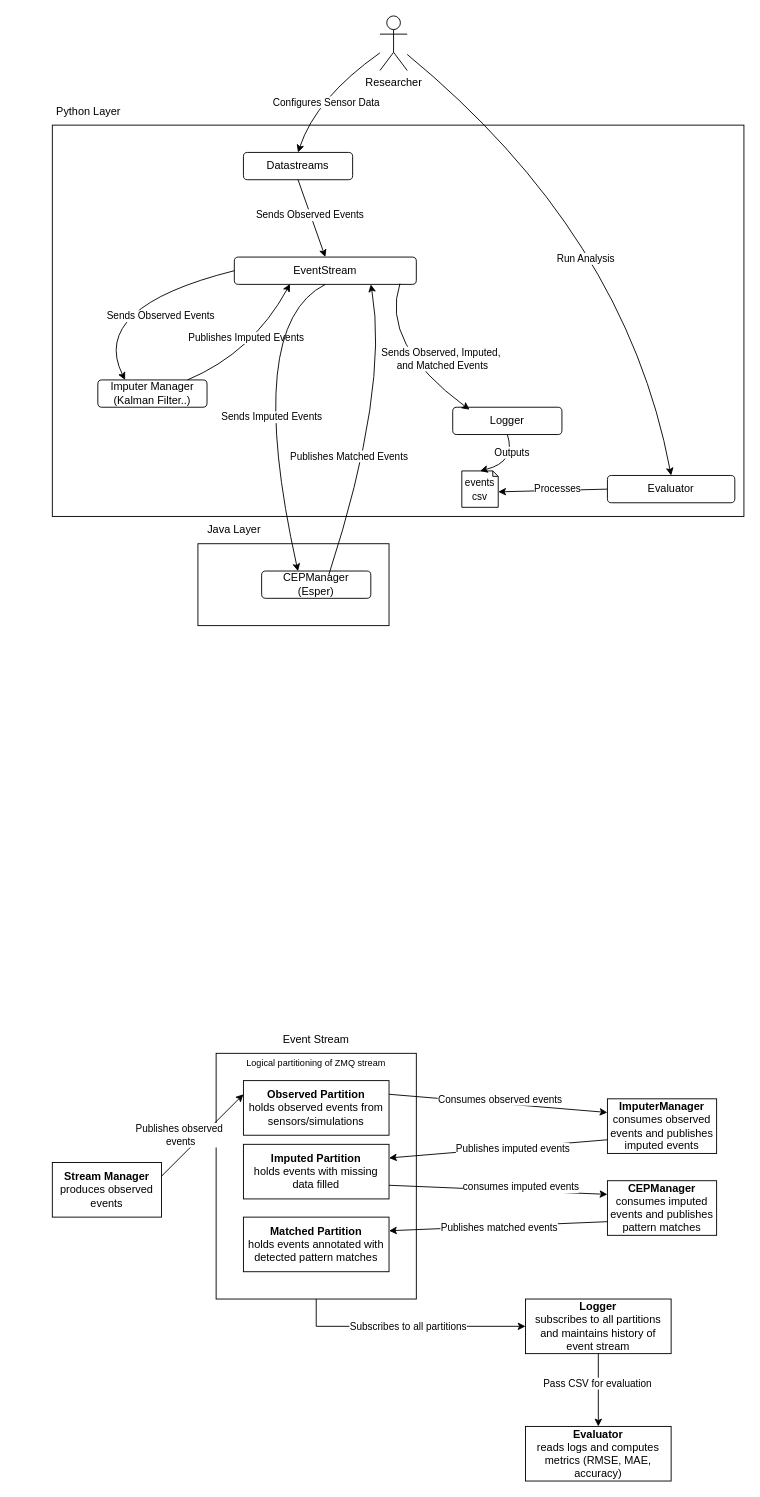
Before: docs/architecture diagrams/Architectural Diagrams.drawio in faith176/sots_kalman_filters, a draw.io diagram. Source tidied: cells renumbered, new cells numbered last; positions are measured from the earlier drawing's top-left corner, leaving out a move shared by most shapes. Both pictures are drawn from the tidied source at 91%, with x=0, y=0 at pixel (52, 15).
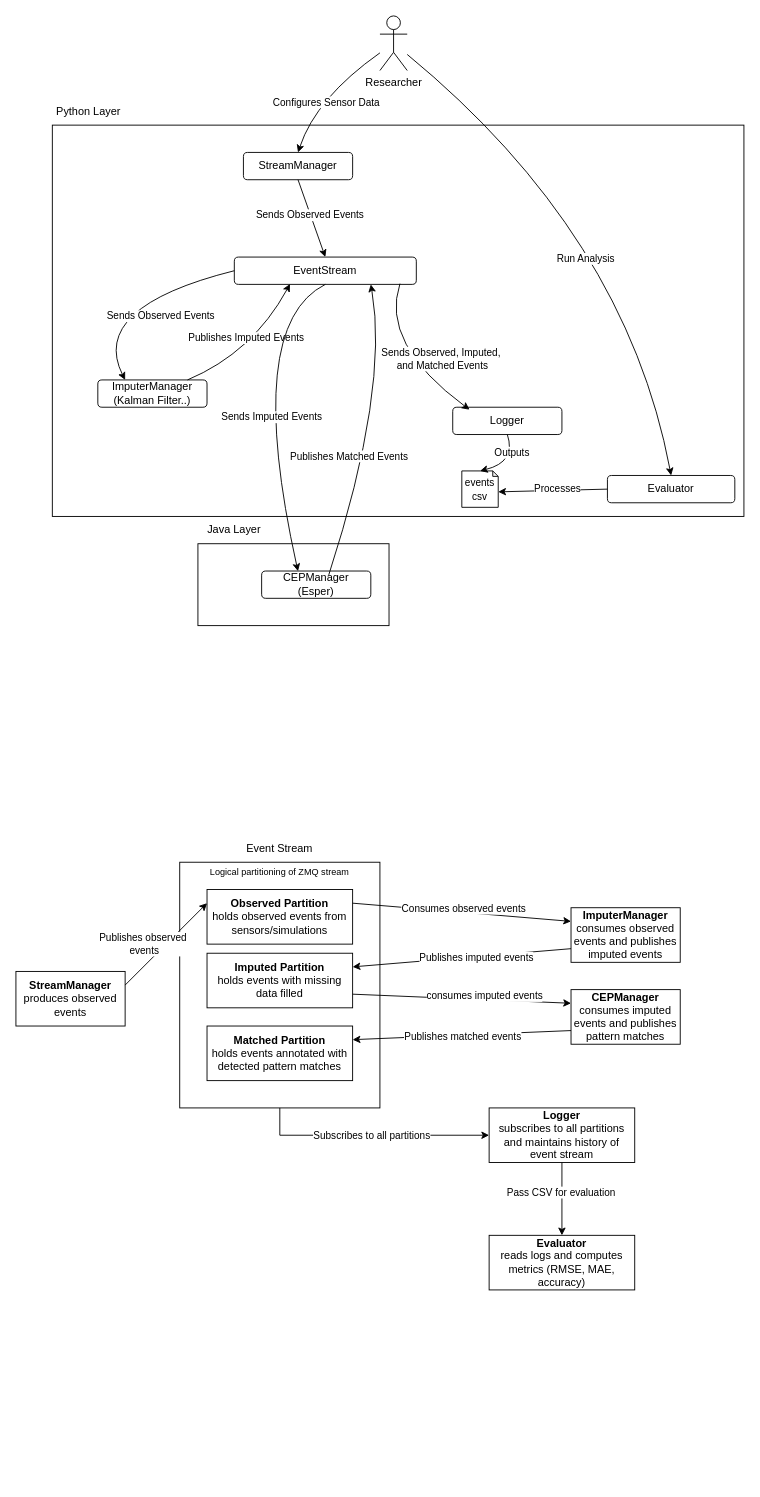
Above is the later version.

What changed in the source:
```diff
@@
     <mxCell id="2" style="rounded=0;whiteSpace=wrap;html=1;fillColor=none;align=left;" parent="1" vertex="1">
-      <mxGeometry x="180" y="1140" width="220" height="270" as="geometry" />
+      <mxGeometry x="140" y="930" width="220" height="270" as="geometry" />
     </mxCell>
@@
-    <mxCell id="9" value="Datastreams" style="rounded=1;whiteSpace=wrap;html=1;" parent="1" vertex="1">
+    <mxCell id="9" value="StreamManager" style="rounded=1;whiteSpace=wrap;html=1;" parent="1" vertex="1">
       <mxGeometry x="210" y="150" width="120" height="30" as="geometry" />
     </mxCell>
-    <mxCell id="10" value="Imputer Manager (Kalman Filter..)" style="rounded=1;whiteSpace=wrap;html=1;" parent="1" vertex="1">
+    <mxCell id="10" value="ImputerManager (Kalman Filter..)" style="rounded=1;whiteSpace=wrap;html=1;" parent="1" vertex="1">
       <mxGeometry x="50" y="400" width="120" height="30" as="geometry" />
     </mxCell>
@@
-    <mxCell id="35" value="&lt;b&gt;Stream Manager&lt;/b&gt;&lt;div&gt;&lt;div&gt;produces observed events&lt;/div&gt;&lt;/div&gt;" style="rounded=0;whiteSpace=wrap;html=1;" parent="1" vertex="1">
-      <mxGeometry y="1260" width="120" height="60" as="geometry" />
+    <mxCell id="35" value="&lt;b&gt;StreamManager&lt;/b&gt;&lt;div&gt;&lt;div&gt;produces observed events&lt;/div&gt;&lt;/div&gt;" style="rounded=0;whiteSpace=wrap;html=1;" parent="1" vertex="1">
+      <mxGeometry x="-40" y="1050" width="120" height="60" as="geometry" />
     </mxCell>
     <mxCell id="36" value="&lt;b&gt;Observed Partition&lt;/b&gt;&lt;div&gt;holds observed events from sensors/simulations&lt;/div&gt;" style="rounded=0;whiteSpace=wrap;html=1;" parent="1" vertex="1">
-      <mxGeometry x="210" y="1170" width="160" height="60" as="geometry" />
+      <mxGeometry x="170" y="960" width="160" height="60" as="geometry" />
     </mxCell>
     <mxCell id="37" value="&lt;b&gt;Imputed Partition&lt;/b&gt;&lt;div&gt;holds events with missing data filled&lt;/div&gt;" style="rounded=0;whiteSpace=wrap;html=1;" parent="1" vertex="1">
-      <mxGeometry x="210" y="1240" width="160" height="60" as="geometry" />
+      <mxGeometry x="170" y="1030" width="160" height="60" as="geometry" />
     </mxCell>
     <mxCell id="38" value="&lt;b&gt;Matched Partition&lt;/b&gt;&lt;div&gt;holds events annotated with detected pattern matches&lt;/div&gt;" style="rounded=0;whiteSpace=wrap;html=1;" parent="1" vertex="1">
-      <mxGeometry x="210" y="1320" width="160" height="60" as="geometry" />
+      <mxGeometry x="170" y="1110" width="160" height="60" as="geometry" />
     </mxCell>
     <mxCell id="39" value="Event Stream" style="text;html=1;align=center;verticalAlign=middle;whiteSpace=wrap;rounded=0;" parent="1" vertex="1">
-      <mxGeometry x="240" y="1110" width="100" height="30" as="geometry" />
+      <mxGeometry x="200" y="900" width="100" height="30" as="geometry" />
     </mxCell>
     <mxCell id="40" value="&lt;b&gt;ImputerManager&lt;/b&gt;&lt;div&gt;consumes observed events and publishes imputed events&lt;/div&gt;" style="rounded=0;whiteSpace=wrap;html=1;" parent="1" vertex="1">
-      <mxGeometry x="610" y="1190" width="120" height="60" as="geometry" />
+      <mxGeometry x="570" y="980" width="120" height="60" as="geometry" />
     </mxCell>
     <mxCell id="41" value="&lt;b&gt;CEPManager&lt;/b&gt;&lt;div&gt;consumes imputed events and publishes pattern matches&lt;/div&gt;" style="rounded=0;whiteSpace=wrap;html=1;" parent="1" vertex="1">
-      <mxGeometry x="610" y="1280" width="120" height="60" as="geometry" />
+      <mxGeometry x="570" y="1070" width="120" height="60" as="geometry" />
     </mxCell>
     <mxCell id="42" value="&lt;b&gt;Logger&lt;/b&gt;&lt;div&gt;subscribes to all partitions and maintains history of event stream&lt;/div&gt;" style="rounded=0;whiteSpace=wrap;html=1;" parent="1" vertex="1">
-      <mxGeometry x="520" y="1410" width="160" height="60" as="geometry" />
+      <mxGeometry x="480" y="1200" width="160" height="60" as="geometry" />
     </mxCell>
     <mxCell id="43" value="&lt;b&gt;Evaluator&lt;/b&gt;&lt;div&gt;reads logs and computes metrics (RMSE, MAE, accuracy)&lt;/div&gt;" style="rounded=0;whiteSpace=wrap;html=1;" parent="1" vertex="1">
-      <mxGeometry x="520" y="1550" width="160" height="60" as="geometry" />
+      <mxGeometry x="480" y="1340" width="160" height="60" as="geometry" />
     </mxCell>
     <mxCell id="44" value="&lt;font style=&quot;font-size: 10px;&quot;&gt;Logical partitioning of ZMQ stream&lt;/font&gt;" style="text;html=1;align=center;verticalAlign=middle;whiteSpace=wrap;rounded=0;" parent="1" vertex="1">
-      <mxGeometry x="190" y="1140" width="200" height="20" as="geometry" />
+      <mxGeometry x="150" y="930" width="200" height="20" as="geometry" />
     </mxCell>
     <mxCell id="45" style="endArrow=classic;html=1;rounded=0;exitX=0.5;exitY=1;exitDx=0;exitDy=0;entryX=0;entryY=0.5;entryDx=0;entryDy=0;" parent="1" edge="1" source="2" target="42">
       <mxGeometry relative="1" as="geometry">
         <Array as="points">
-          <mxPoint x="290" y="1440" />
+          <mxPoint x="250" y="1230" />
         </Array>
       </mxGeometry>
     </mxCell>
```
